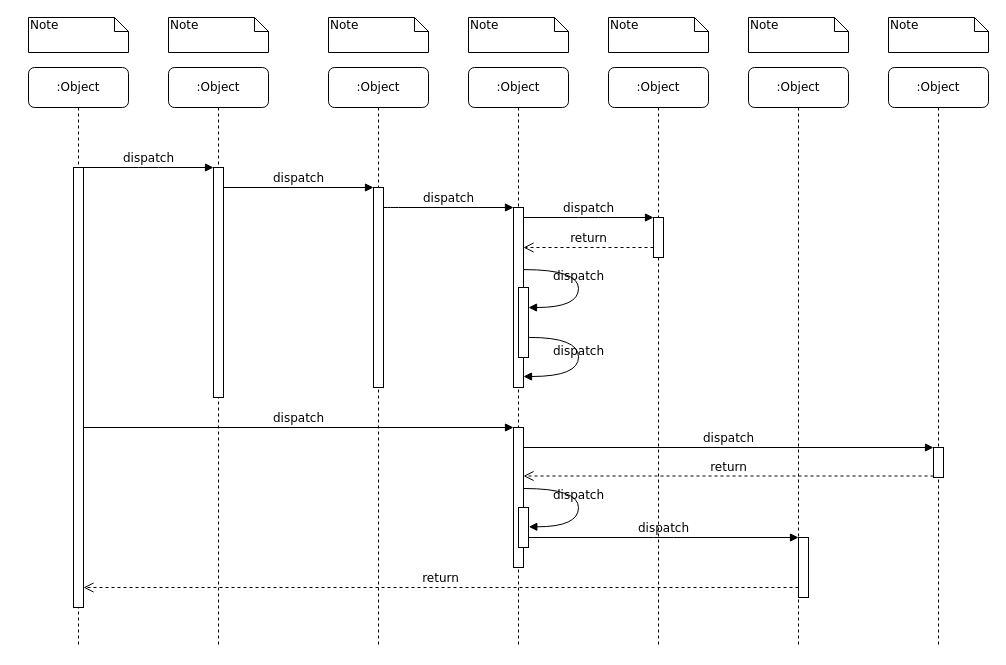
Earlier version of the draw.io diagram arch/sns/PackUpTopic.drawio (zhangchuhu/drawio). Source tidied: cells renumbered, new cells numbered last; positions are measured from the earlier drawing's top-left corner, leaving out a move shared by most shapes. Both pictures are drawn from the tidied source at 100%, with x=0, y=0 at pixel (28, 17).
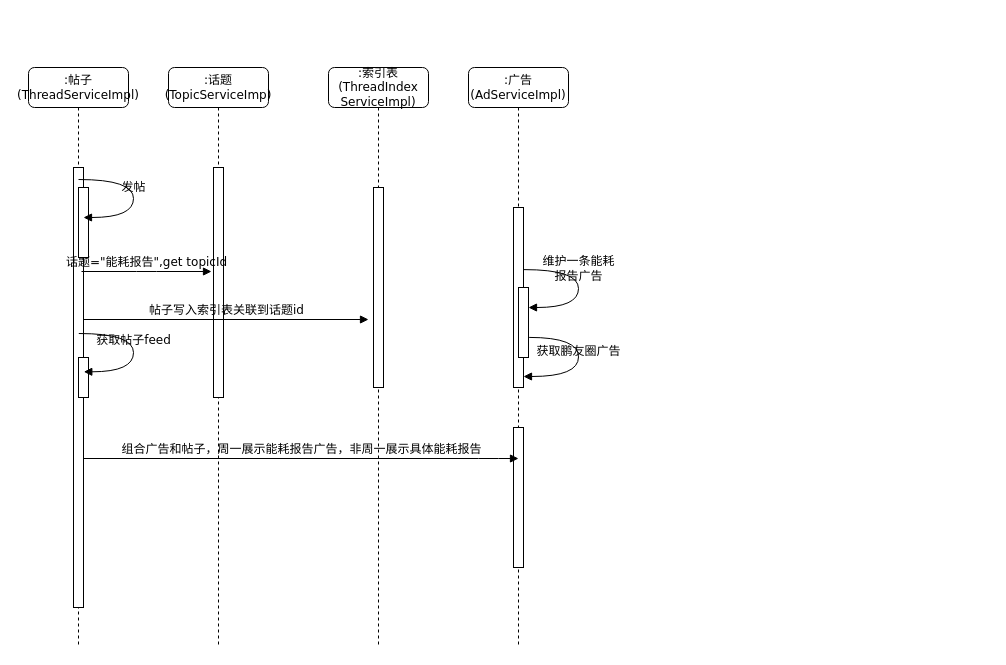
After the change.

The change refers to these unchanged cells:
```xml
<mxCell id="3" style="html=1;points=[];perimeter=orthogonalPerimeter;rounded=0;shadow=0;comic=0;labelBackgroundColor=none;strokeWidth=1;fontFamily=Verdana;fontSize=12;align=center;" parent="2" vertex="1">
  <mxGeometry x="45" y="100" width="10" height="230" as="geometry" />
</mxCell>
<mxCell id="5" style="html=1;points=[];perimeter=orthogonalPerimeter;rounded=0;shadow=0;comic=0;labelBackgroundColor=none;strokeWidth=1;fontFamily=Verdana;fontSize=12;align=center;" parent="4" vertex="1">
  <mxGeometry x="45" y="120" width="10" height="200" as="geometry" />
</mxCell>
<mxCell id="11" style="html=1;points=[];perimeter=orthogonalPerimeter;rounded=0;shadow=0;comic=0;labelBackgroundColor=none;strokeWidth=1;fontFamily=Verdana;fontSize=12;align=center;" parent="10" vertex="1">
  <mxGeometry x="45" y="100" width="10" height="440" as="geometry" />
</mxCell>
<mxCell id="12" style="html=1;points=[];perimeter=orthogonalPerimeter;rounded=0;shadow=0;comic=0;labelBackgroundColor=none;strokeWidth=1;fontFamily=Verdana;fontSize=12;align=center;" parent="1" vertex="1">
  <mxGeometry x="485" y="190" width="10" height="180" as="geometry" />
</mxCell>
<mxCell id="17" style="html=1;points=[];perimeter=orthogonalPerimeter;rounded=0;shadow=0;comic=0;labelBackgroundColor=none;strokeWidth=1;fontFamily=Verdana;fontSize=12;align=center;" parent="1" vertex="1">
  <mxGeometry x="485" y="410" width="10" height="140" as="geometry" />
</mxCell>
<mxCell id="27" style="html=1;points=[];perimeter=orthogonalPerimeter;rounded=0;shadow=0;comic=0;labelBackgroundColor=none;strokeWidth=1;fontFamily=Verdana;fontSize=12;align=center;" parent="1" vertex="1">
  <mxGeometry x="490" y="270" width="10" height="70" as="geometry" />
</mxCell>
```

Diff of the diagram source:
```diff
@@
-    <mxCell id="2" value=":Object" style="shape=umlLifeline;perimeter=lifelinePerimeter;whiteSpace=wrap;html=1;rounded=1;shadow=0;comic=0;labelBackgroundColor=none;strokeWidth=1;fontFamily=Verdana;fontSize=12;align=center;" parent="1" vertex="1">
+    <mxCell id="2" value=":话题(TopicServiceImp)" style="shape=umlLifeline;perimeter=lifelinePerimeter;whiteSpace=wrap;html=1;rounded=1;shadow=0;comic=0;labelBackgroundColor=none;strokeWidth=1;fontFamily=Verdana;fontSize=12;align=center;" parent="1" vertex="1">
       <mxGeometry x="140" y="50" width="100" height="580" as="geometry" />
     </mxCell>
@@
-    <mxCell id="4" value=":Object" style="shape=umlLifeline;perimeter=lifelinePerimeter;whiteSpace=wrap;html=1;rounded=1;shadow=0;comic=0;labelBackgroundColor=none;strokeWidth=1;fontFamily=Verdana;fontSize=12;align=center;" parent="1" vertex="1">
+    <mxCell id="4" value=":索引表(ThreadIndex&lt;br&gt;ServiceImpl)" style="shape=umlLifeline;perimeter=lifelinePerimeter;whiteSpace=wrap;html=1;rounded=1;shadow=0;comic=0;labelBackgroundColor=none;strokeWidth=1;fontFamily=Verdana;fontSize=12;align=center;" parent="1" vertex="1">
       <mxGeometry x="300" y="50" width="100" height="580" as="geometry" />
     </mxCell>
@@
-    <mxCell id="6" value=":Object" style="shape=umlLifeline;perimeter=lifelinePerimeter;whiteSpace=wrap;html=1;rounded=1;shadow=0;comic=0;labelBackgroundColor=none;strokeWidth=1;fontFamily=Verdana;fontSize=12;align=center;" parent="1" vertex="1">
+    <mxCell id="6" value=":广告&lt;br&gt;(AdServiceImpl)" style="shape=umlLifeline;perimeter=lifelinePerimeter;whiteSpace=wrap;html=1;rounded=1;shadow=0;comic=0;labelBackgroundColor=none;strokeWidth=1;fontFamily=Verdana;fontSize=12;align=center;" parent="1" vertex="1">
       <mxGeometry x="440" y="50" width="100" height="580" as="geometry" />
     </mxCell>
-    <mxCell id="7" value=":Object" style="shape=umlLifeline;perimeter=lifelinePerimeter;whiteSpace=wrap;html=1;rounded=1;shadow=0;comic=0;labelBackgroundColor=none;strokeWidth=1;fontFamily=Verdana;fontSize=12;align=center;" parent="1" vertex="1">
-      <mxGeometry x="580" y="50" width="100" height="580" as="geometry" />
-    </mxCell>
-    <mxCell id="8" value=":Object" style="shape=umlLifeline;perimeter=lifelinePerimeter;whiteSpace=wrap;html=1;rounded=1;shadow=0;comic=0;labelBackgroundColor=none;strokeWidth=1;fontFamily=Verdana;fontSize=12;align=center;" parent="1" vertex="1">
-      <mxGeometry x="720" y="50" width="100" height="580" as="geometry" />
-    </mxCell>
-    <mxCell id="9" value=":Object" style="shape=umlLifeline;perimeter=lifelinePerimeter;whiteSpace=wrap;html=1;rounded=1;shadow=0;comic=0;labelBackgroundColor=none;strokeWidth=1;fontFamily=Verdana;fontSize=12;align=center;" parent="1" vertex="1">
-      <mxGeometry x="860" y="50" width="100" height="580" as="geometry" />
-    </mxCell>
-    <mxCell id="10" value=":Object" style="shape=umlLifeline;perimeter=lifelinePerimeter;whiteSpace=wrap;html=1;rounded=1;shadow=0;comic=0;labelBackgroundColor=none;strokeWidth=1;fontFamily=Verdana;fontSize=12;align=center;" parent="1" vertex="1">
+    <mxCell id="10" value=":帖子(ThreadServiceImpl)" style="shape=umlLifeline;perimeter=lifelinePerimeter;whiteSpace=wrap;html=1;rounded=1;shadow=0;comic=0;labelBackgroundColor=none;strokeWidth=1;fontFamily=Verdana;fontSize=12;align=center;" parent="1" vertex="1">
       <mxGeometry y="50" width="100" height="580" as="geometry" />
     </mxCell>
@@
-    <mxCell id="13" value="dispatch" style="html=1;verticalAlign=bottom;endArrow=block;labelBackgroundColor=none;fontFamily=Verdana;fontSize=12;edgeStyle=elbowEdgeStyle;elbow=vertical;" parent="1" edge="1" source="5" target="12">
-      <mxGeometry relative="1" as="geometry">
-        <Array as="points">
-          <mxPoint x="360" y="190" />
-        </Array>
-      </mxGeometry>
-    </mxCell>
-    <mxCell id="14" style="html=1;points=[];perimeter=orthogonalPerimeter;rounded=0;shadow=0;comic=0;labelBackgroundColor=none;strokeWidth=1;fontFamily=Verdana;fontSize=12;align=center;" parent="1" vertex="1">
-      <mxGeometry x="625" y="200" width="10" height="40" as="geometry" />
-    </mxCell>
-    <mxCell id="15" value="dispatch" style="html=1;verticalAlign=bottom;endArrow=block;entryX=0;entryY=0;labelBackgroundColor=none;fontFamily=Verdana;fontSize=12;edgeStyle=elbowEdgeStyle;elbow=vertical;" parent="1" edge="1" source="12" target="14">
-      <mxGeometry relative="1" as="geometry" />
-    </mxCell>
-    <mxCell id="16" value="return" style="html=1;verticalAlign=bottom;endArrow=open;dashed=1;endSize=8;labelBackgroundColor=none;fontFamily=Verdana;fontSize=12;edgeStyle=elbowEdgeStyle;elbow=vertical;" parent="1" edge="1" source="14" target="12">
-      <mxGeometry relative="1" as="geometry">
-        <Array as="points">
-          <mxPoint x="570" y="230" />
-          <mxPoint x="600" y="230" />
-        </Array>
-      </mxGeometry>
-    </mxCell>
@@
-    <mxCell id="18" value="dispatch" style="html=1;verticalAlign=bottom;endArrow=block;entryX=0;entryY=0;labelBackgroundColor=none;fontFamily=Verdana;fontSize=12;" parent="1" edge="1" source="11" target="17">
-      <mxGeometry relative="1" as="geometry" />
+    <mxCell id="18" value="帖子写入索引表关联到话题id" style="html=1;verticalAlign=bottom;endArrow=block;labelBackgroundColor=none;fontFamily=Verdana;fontSize=12;" parent="1" edge="1">
+      <mxGeometry relative="1" as="geometry">
+        <mxPoint x="55" y="302" as="sourcePoint" />
+        <mxPoint x="340" y="302" as="targetPoint" />
+      </mxGeometry>
     </mxCell>
-    <mxCell id="19" style="html=1;points=[];perimeter=orthogonalPerimeter;rounded=0;shadow=0;comic=0;labelBackgroundColor=none;strokeColor=#000000;strokeWidth=1;fillColor=#FFFFFF;fontFamily=Verdana;fontSize=12;fontColor=#000000;align=center;" parent="1" vertex="1">
-      <mxGeometry x="905" y="430" width="10" height="30" as="geometry" />
-    </mxCell>
-    <mxCell id="20" value="dispatch" style="html=1;verticalAlign=bottom;endArrow=block;entryX=0;entryY=0;labelBackgroundColor=none;fontFamily=Verdana;fontSize=12;" parent="1" edge="1" source="17" target="19">
-      <mxGeometry relative="1" as="geometry" />
-    </mxCell>
-    <mxCell id="21" value="return" style="html=1;verticalAlign=bottom;endArrow=open;dashed=1;endSize=8;exitX=0;exitY=0.95;labelBackgroundColor=none;fontFamily=Verdana;fontSize=12;" parent="1" edge="1" source="19" target="17">
-      <mxGeometry relative="1" as="geometry" />
-    </mxCell>
-    <mxCell id="22" style="html=1;points=[];perimeter=orthogonalPerimeter;rounded=0;shadow=0;comic=0;labelBackgroundColor=none;strokeWidth=1;fontFamily=Verdana;fontSize=12;align=center;" parent="1" vertex="1">
-      <mxGeometry x="770" y="520" width="10" height="60" as="geometry" />
-    </mxCell>
-    <mxCell id="23" value="dispatch" style="html=1;verticalAlign=bottom;endArrow=block;entryX=0;entryY=0;labelBackgroundColor=none;fontFamily=Verdana;fontSize=12;edgeStyle=elbowEdgeStyle;elbow=vertical;" parent="1" edge="1" source="30" target="22">
-      <mxGeometry relative="1" as="geometry" />
+    <mxCell id="23" value="组合广告和帖子，周一展示能耗报告广告，非周一展示具体能耗报告" style="html=1;verticalAlign=bottom;endArrow=block;labelBackgroundColor=none;fontFamily=Verdana;fontSize=12;edgeStyle=elbowEdgeStyle;elbow=vertical;" parent="1" edge="1">
+      <mxGeometry relative="1" as="geometry">
+        <mxPoint x="55" y="441" as="sourcePoint" />
+        <mxPoint x="490" y="441" as="targetPoint" />
+        <Array as="points">
+          <mxPoint x="460" y="441" />
+          <mxPoint x="680" y="441" />
+        </Array>
+      </mxGeometry>
     </mxCell>
-    <mxCell id="24" value="return" style="html=1;verticalAlign=bottom;endArrow=open;dashed=1;endSize=8;labelBackgroundColor=none;fontFamily=Verdana;fontSize=12;edgeStyle=elbowEdgeStyle;elbow=vertical;" parent="1" edge="1" source="22" target="11">
-      <mxGeometry relative="1" as="geometry">
-        <Array as="points">
-          <mxPoint x="470" y="570" />
-        </Array>
-      </mxGeometry>
-    </mxCell>
-    <mxCell id="25" value="dispatch" style="html=1;verticalAlign=bottom;endArrow=block;entryX=0;entryY=0;labelBackgroundColor=none;fontFamily=Verdana;fontSize=12;edgeStyle=elbowEdgeStyle;elbow=vertical;" parent="1" edge="1" source="11" target="3">
-      <mxGeometry relative="1" as="geometry" />
+    <mxCell id="25" value="话题=&quot;能耗报告&quot;,get topicId" style="html=1;verticalAlign=bottom;endArrow=block;entryX=0;entryY=0;labelBackgroundColor=none;fontFamily=Verdana;fontSize=12;edgeStyle=elbowEdgeStyle;elbow=vertical;" parent="1" edge="1">
+      <mxGeometry relative="1" as="geometry">
+        <mxPoint x="53" y="254" as="sourcePoint" />
+        <mxPoint x="183" y="254" as="targetPoint" />
+      </mxGeometry>
     </mxCell>
-    <mxCell id="26" value="dispatch" style="html=1;verticalAlign=bottom;endArrow=block;entryX=0;entryY=0;labelBackgroundColor=none;fontFamily=Verdana;fontSize=12;edgeStyle=elbowEdgeStyle;elbow=vertical;" parent="1" edge="1" source="3" target="5">
-      <mxGeometry relative="1" as="geometry" />
-    </mxCell>
@@
-    <mxCell id="28" value="dispatch" style="html=1;verticalAlign=bottom;endArrow=block;labelBackgroundColor=none;fontFamily=Verdana;fontSize=12;elbow=vertical;edgeStyle=orthogonalEdgeStyle;curved=1;entryX=1;entryY=0.286;entryPerimeter=0;exitX=1.038;exitY=0.345;exitPerimeter=0;" parent="1" edge="1" source="12" target="27">
+    <mxCell id="28" value="维护一条能耗&lt;br&gt;报告广告" style="html=1;verticalAlign=bottom;endArrow=block;labelBackgroundColor=none;fontFamily=Verdana;fontSize=12;elbow=vertical;edgeStyle=orthogonalEdgeStyle;curved=1;entryX=1;entryY=0.286;entryPerimeter=0;exitX=1.038;exitY=0.345;exitPerimeter=0;" parent="1" edge="1" source="12" target="27">
       <mxGeometry relative="1" as="geometry">
         <Array as="points">
           <mxPoint x="550" y="252" />
           <mxPoint x="550" y="290" />
         </Array>
       </mxGeometry>
     </mxCell>
-    <mxCell id="29" value="dispatch" style="html=1;verticalAlign=bottom;endArrow=block;labelBackgroundColor=none;fontFamily=Verdana;fontSize=12;elbow=vertical;edgeStyle=orthogonalEdgeStyle;curved=1;exitX=1.066;exitY=0.713;exitPerimeter=0;" parent="1" edge="1" source="27">
+    <mxCell id="29" value="获取鹏友圈广告" style="html=1;verticalAlign=bottom;endArrow=block;labelBackgroundColor=none;fontFamily=Verdana;fontSize=12;elbow=vertical;edgeStyle=orthogonalEdgeStyle;curved=1;exitX=1.066;exitY=0.713;exitPerimeter=0;" parent="1" edge="1" source="27">
       <mxGeometry relative="1" as="geometry">
         <mxPoint x="495" y="359" as="targetPoint" />
         <Array as="points">
           <mxPoint x="550" y="320" />
           <mxPoint x="550" y="359" />
         </Array>
       </mxGeometry>
     </mxCell>
     <mxCell id="30" style="html=1;points=[];perimeter=orthogonalPerimeter;rounded=0;shadow=0;comic=0;labelBackgroundColor=none;strokeWidth=1;fontFamily=Verdana;fontSize=12;align=center;" parent="1" vertex="1">
-      <mxGeometry x="490" y="490" width="10" height="40" as="geometry" />
+      <mxGeometry x="50" y="340" width="10" height="40" as="geometry" />
     </mxCell>
-    <mxCell id="31" value="dispatch" style="html=1;verticalAlign=bottom;endArrow=block;labelBackgroundColor=none;fontFamily=Verdana;fontSize=12;elbow=vertical;edgeStyle=orthogonalEdgeStyle;curved=1;entryX=1;entryY=0.286;entryPerimeter=0;exitX=1.038;exitY=0.345;exitPerimeter=0;" parent="1" edge="1">
+    <mxCell id="31" value="获取帖子feed" style="html=1;verticalAlign=bottom;endArrow=block;labelBackgroundColor=none;fontFamily=Verdana;fontSize=12;elbow=vertical;edgeStyle=orthogonalEdgeStyle;curved=1;entryX=1;entryY=0.286;entryPerimeter=0;exitX=1.038;exitY=0.345;exitPerimeter=0;" parent="1" edge="1">
       <mxGeometry relative="1" as="geometry">
-        <mxPoint x="495.3" y="471" as="sourcePoint" />
-        <mxPoint x="500.3" y="509.3" as="targetPoint" />
+        <mxPoint x="50.3" y="316" as="sourcePoint" />
+        <mxPoint x="55.3" y="354.3" as="targetPoint" />
         <Array as="points">
-          <mxPoint x="550" y="471" />
-          <mxPoint x="550" y="509" />
+          <mxPoint x="105" y="316" />
+          <mxPoint x="105" y="354" />
         </Array>
       </mxGeometry>
     </mxCell>
-    <mxCell id="32" value="Note" style="shape=note;whiteSpace=wrap;html=1;size=14;verticalAlign=top;align=left;spacingTop=-6;rounded=0;shadow=0;comic=0;labelBackgroundColor=none;strokeWidth=1;fontFamily=Verdana;fontSize=12;" parent="1" vertex="1">
-      <mxGeometry width="100" height="35" as="geometry" />
-    </mxCell>
-    <mxCell id="33" value="Note" style="shape=note;whiteSpace=wrap;html=1;size=14;verticalAlign=top;align=left;spacingTop=-6;rounded=0;shadow=0;comic=0;labelBackgroundColor=none;strokeWidth=1;fontFamily=Verdana;fontSize=12;" parent="1" vertex="1">
-      <mxGeometry x="140" width="100" height="35" as="geometry" />
-    </mxCell>
-    <mxCell id="34" value="Note" style="shape=note;whiteSpace=wrap;html=1;size=14;verticalAlign=top;align=left;spacingTop=-6;rounded=0;shadow=0;comic=0;labelBackgroundColor=none;strokeWidth=1;fontFamily=Verdana;fontSize=12;" parent="1" vertex="1">
-      <mxGeometry x="300" width="100" height="35" as="geometry" />
-    </mxCell>
-    <mxCell id="35" value="Note" style="shape=note;whiteSpace=wrap;html=1;size=14;verticalAlign=top;align=left;spacingTop=-6;rounded=0;shadow=0;comic=0;labelBackgroundColor=none;strokeWidth=1;fontFamily=Verdana;fontSize=12;" parent="1" vertex="1">
-      <mxGeometry x="440" width="100" height="35" as="geometry" />
-    </mxCell>
-    <mxCell id="36" value="Note" style="shape=note;whiteSpace=wrap;html=1;size=14;verticalAlign=top;align=left;spacingTop=-6;rounded=0;shadow=0;comic=0;labelBackgroundColor=none;strokeWidth=1;fontFamily=Verdana;fontSize=12;" parent="1" vertex="1">
-      <mxGeometry x="580" width="100" height="35" as="geometry" />
-    </mxCell>
-    <mxCell id="37" value="Note" style="shape=note;whiteSpace=wrap;html=1;size=14;verticalAlign=top;align=left;spacingTop=-6;rounded=0;shadow=0;comic=0;labelBackgroundColor=none;strokeWidth=1;fontFamily=Verdana;fontSize=12;" parent="1" vertex="1">
-      <mxGeometry x="720" width="100" height="35" as="geometry" />
-    </mxCell>
-    <mxCell id="38" value="Note" style="shape=note;whiteSpace=wrap;html=1;size=14;verticalAlign=top;align=left;spacingTop=-6;rounded=0;shadow=0;comic=0;labelBackgroundColor=none;strokeWidth=1;fontFamily=Verdana;fontSize=12;" parent="1" vertex="1">
-      <mxGeometry x="860" width="100" height="35" as="geometry" />
-    </mxCell>
+    <mxCell id="39" style="html=1;perimeter=orthogonalPerimeter;rounded=0;shadow=0;comic=0;labelBackgroundColor=none;strokeWidth=1;fontFamily=Verdana;fontSize=12;align=center;" parent="1" vertex="1">
+      <mxGeometry x="50" y="170" width="10" height="70" as="geometry" />
+    </mxCell>
+    <mxCell id="40" value="发帖" style="html=1;verticalAlign=bottom;endArrow=block;labelBackgroundColor=none;fontFamily=Verdana;fontSize=12;elbow=vertical;edgeStyle=orthogonalEdgeStyle;curved=1;entryX=1;entryY=0.286;entryPerimeter=0;exitX=1.038;exitY=0.345;exitPerimeter=0;" parent="1" edge="1">
+      <mxGeometry relative="1" as="geometry">
+        <mxPoint x="50" y="162" as="sourcePoint" />
+        <mxPoint x="55" y="200" as="targetPoint" />
+        <Array as="points">
+          <mxPoint x="105" y="162" />
+          <mxPoint x="105" y="200" />
+        </Array>
+      </mxGeometry>
+    </mxCell>
```
